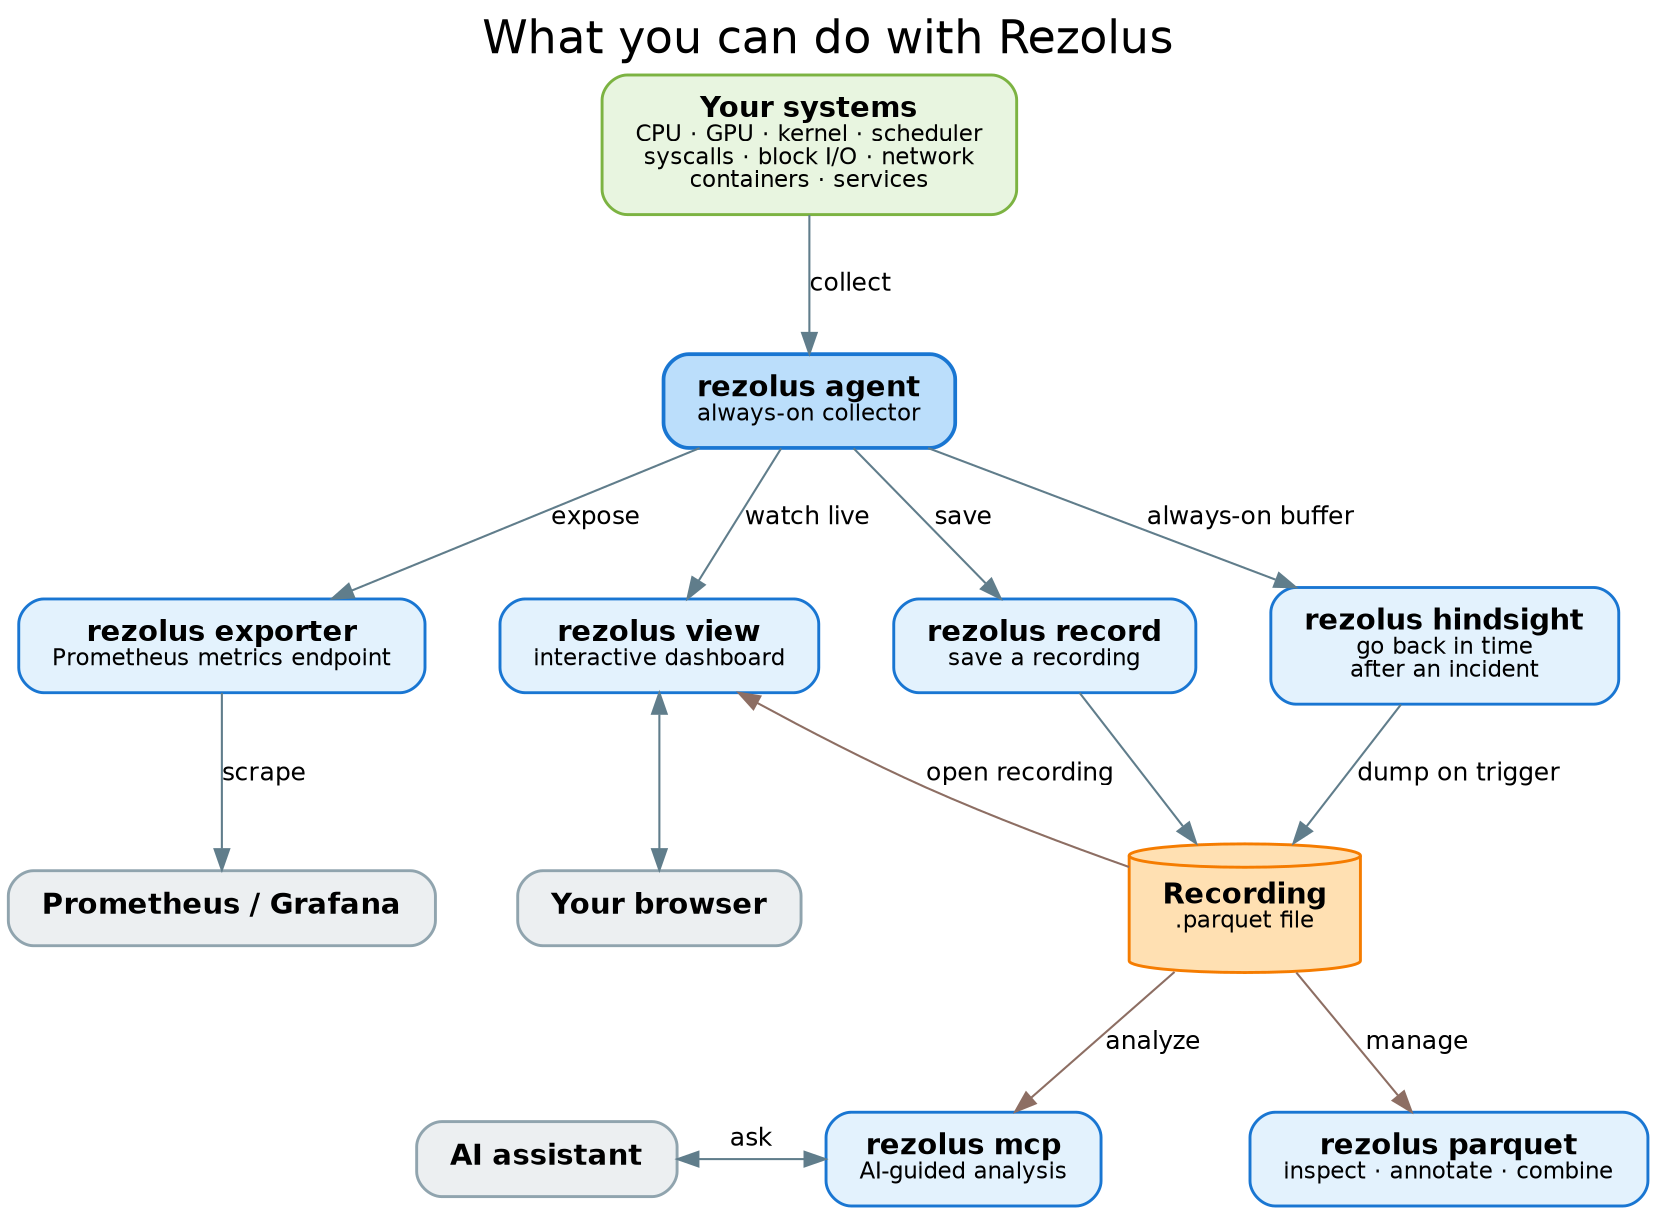
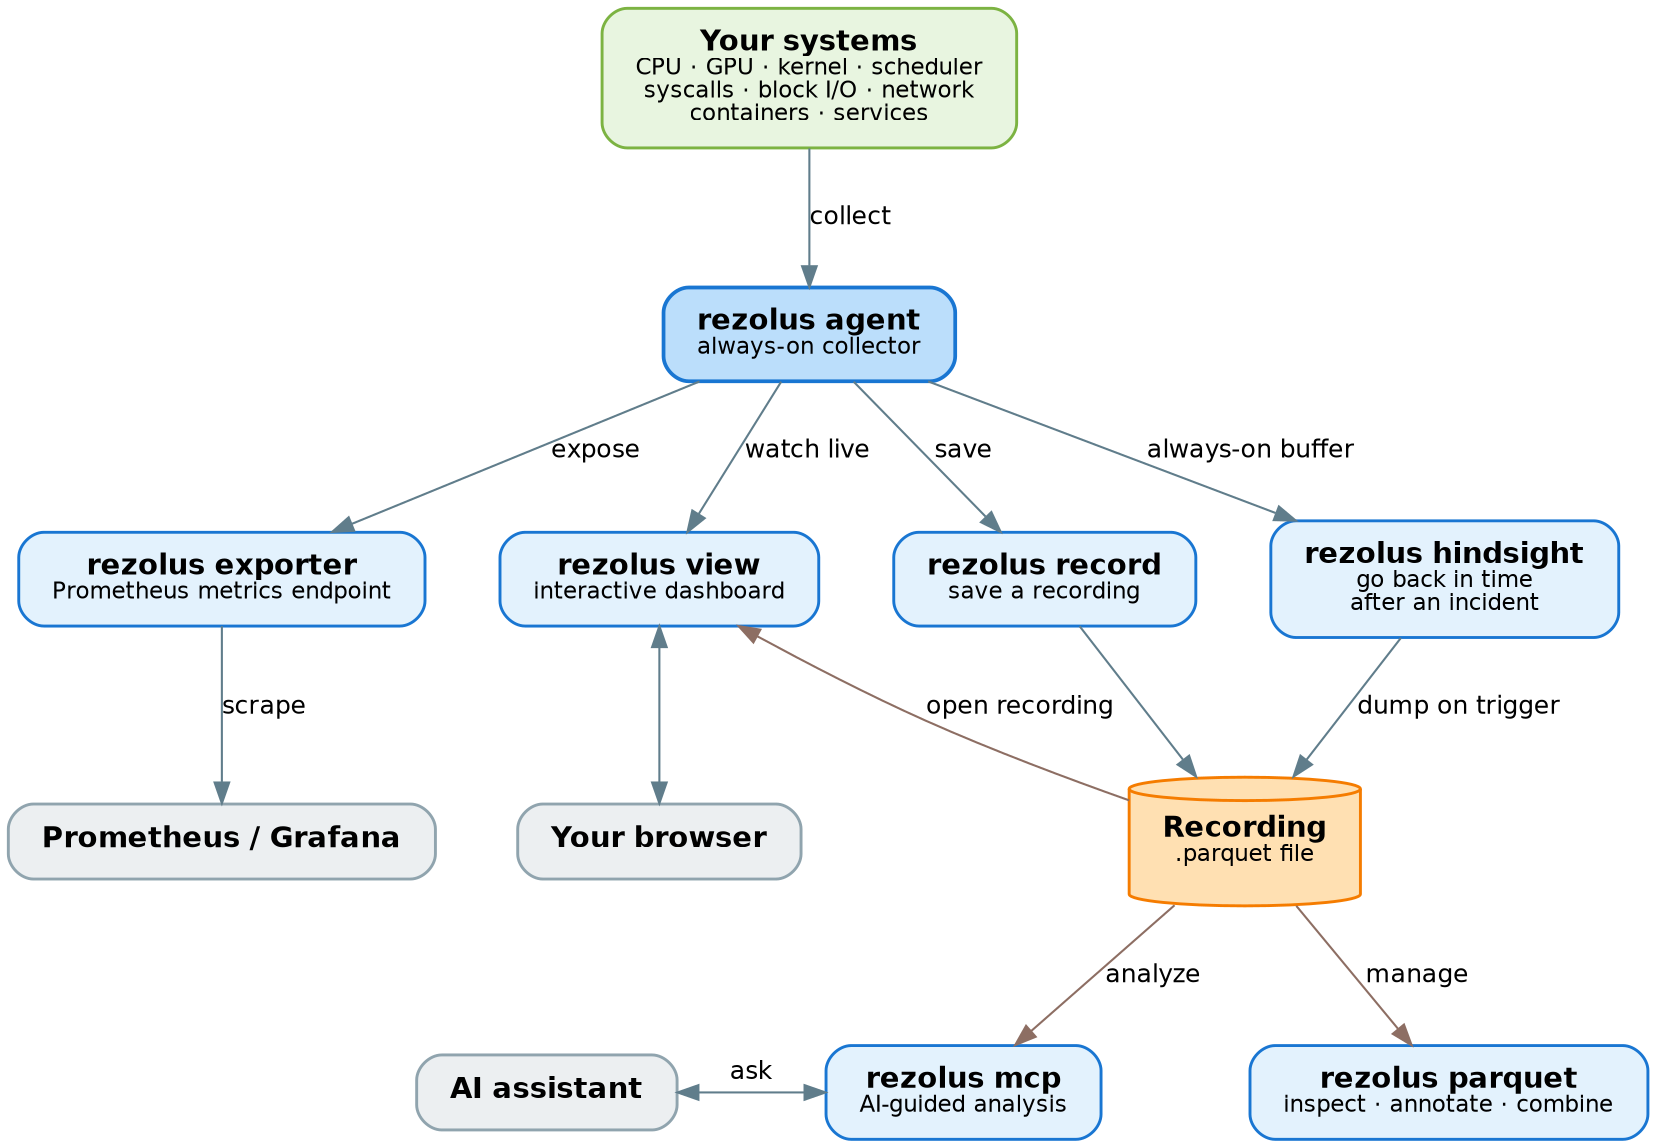
// Rezolus — what you can do with it (user's view)
//
// Render:  dot -Tsvg docs/architecture.dot -o docs/architecture.svg
//          dot -Tpng docs/architecture.dot -o docs/architecture.png
//
// Everything below is the one `rezolus` binary — you just pick the
// subcommand for the job. Arrows read as "what you do next".

digraph rezolus {
  rankdir=TB;
  fontname="Helvetica";
-   labelloc="t";
-   label="What you can do with Rezolus";
-   fontsize=22;
  nodesep=0.5;
  ranksep=0.75;
  bgcolor="white";

  node [fontname="Helvetica", fontsize=14, shape=box, style="rounded,filled", penwidth=1.4, margin="0.22,0.14"];
  edge [fontname="Helvetica", fontsize=12, color="#607d8b"];

  // ---- What you're watching --------------------------------------------
  system [label=<<b>Your systems</b><br/><font point-size="11">CPU · GPU · kernel · scheduler<br/>syscalls · block I/O · network<br/>containers · services</font>>,
          fillcolor="#e8f5e0", color="#7cb342"];

  // ---- The always-on collector -----------------------------------------
  agent [label=<<b>rezolus agent</b><br/><font point-size="11">always-on collector</font>>,
         fillcolor="#bbdefb", color="#1976d2", penwidth=1.8];

  // ---- Live: stream and watch ------------------------------------------
  exporter [label=<<b>rezolus exporter</b><br/><font point-size="11">Prometheus metrics endpoint</font>>, fillcolor="#e3f2fd", color="#1976d2"];
  view     [label=<<b>rezolus view</b><br/><font point-size="11">interactive dashboard</font>>,     fillcolor="#e3f2fd", color="#1976d2"];

  // ---- Capture to a file -----------------------------------------------
  record    [label=<<b>rezolus record</b><br/><font point-size="11">save a recording</font>>,                 fillcolor="#e3f2fd", color="#1976d2"];
  hindsight [label=<<b>rezolus hindsight</b><br/><font point-size="11">go back in time<br/>after an incident</font>>, fillcolor="#e3f2fd", color="#1976d2"];

  // ---- Work with recordings --------------------------------------------
  mcp     [label=<<b>rezolus mcp</b><br/><font point-size="11">AI-guided analysis</font>>,          fillcolor="#e3f2fd", color="#1976d2"];
  pqtools [label=<<b>rezolus parquet</b><br/><font point-size="11">inspect · annotate · combine</font>>, fillcolor="#e3f2fd", color="#1976d2"];

  // ---- The recording artifact ------------------------------------------
  recording [label=<<b>Recording</b><br/><font point-size="11">.parquet file</font>>,
             shape=cylinder, fillcolor="#ffe0b2", color="#f57c00"];

  // ---- Where the value lands -------------------------------------------
  grafana [label=<<b>Prometheus / Grafana</b>>, fillcolor="#eceff1", color="#90a4ae"];
  browser [label=<<b>Your browser</b>>,          fillcolor="#eceff1", color="#90a4ae"];
  llm     [label=<<b>AI assistant</b>>,           fillcolor="#eceff1", color="#90a4ae"];

  // ---- Layout: rows keep the picture compact ---------------------------
  {rank=same; exporter; view; record; hindsight;}
  {rank=same; grafana; browser; recording;}
  // mcp and parquet sit side by side directly under the recording, with
  // the AI assistant to the left of mcp. The invisible edges pin the
  // left-to-right order of this row.
  {rank=same; llm; mcp; pqtools; llm -> mcp -> pqtools [style=invis];}

  // ---- Collect ----------------------------------------------------------
  system -> agent [label="collect"];

  // ---- Live from the agent ---------------------------------------------
  agent -> exporter  [label="expose"];
  agent -> view      [label="watch live"];
  agent -> record    [label="save"];
  agent -> hindsight [label="always-on buffer"];

  exporter -> grafana [label="scrape"];

  // ---- Produce a recording ---------------------------------------------
  record    -> recording;
  hindsight -> recording [label="dump on trigger"];

  // ---- Do things with the recording ------------------------------------
  recording -> view    [label="open recording", color="#8d6e63", constraint=false];
  recording -> mcp     [label="analyze", color="#8d6e63"];
  recording -> pqtools [label="manage",  color="#8d6e63"];

  // ---- Outcomes ---------------------------------------------------------
  view -> browser [dir=both];
  mcp  -> llm     [label="ask", dir=both, constraint=false];
}
